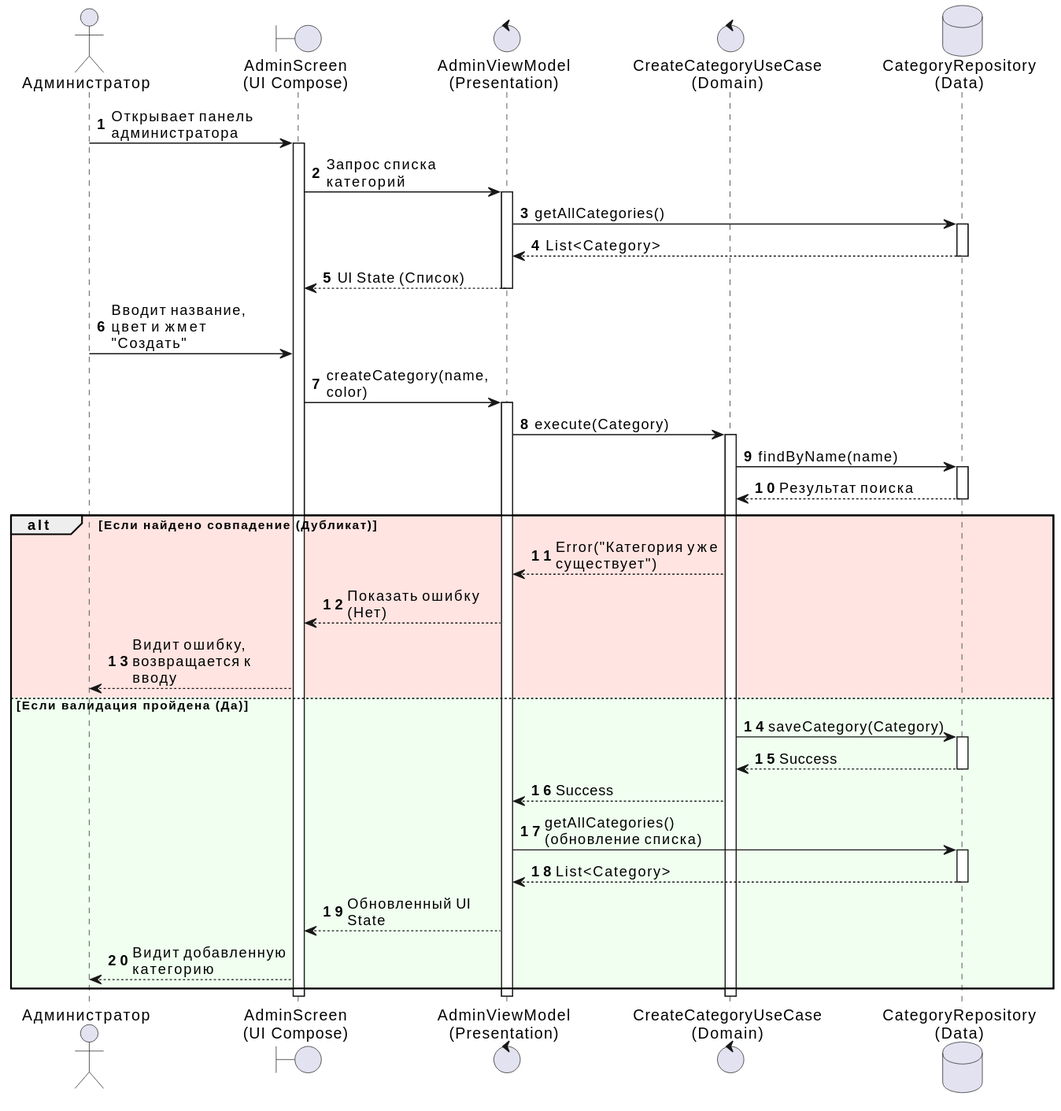
This is docs/seq_addcategory.svg from da-fuu/IU7_7sem_Web, a PlantUML export, as it was before one commit.
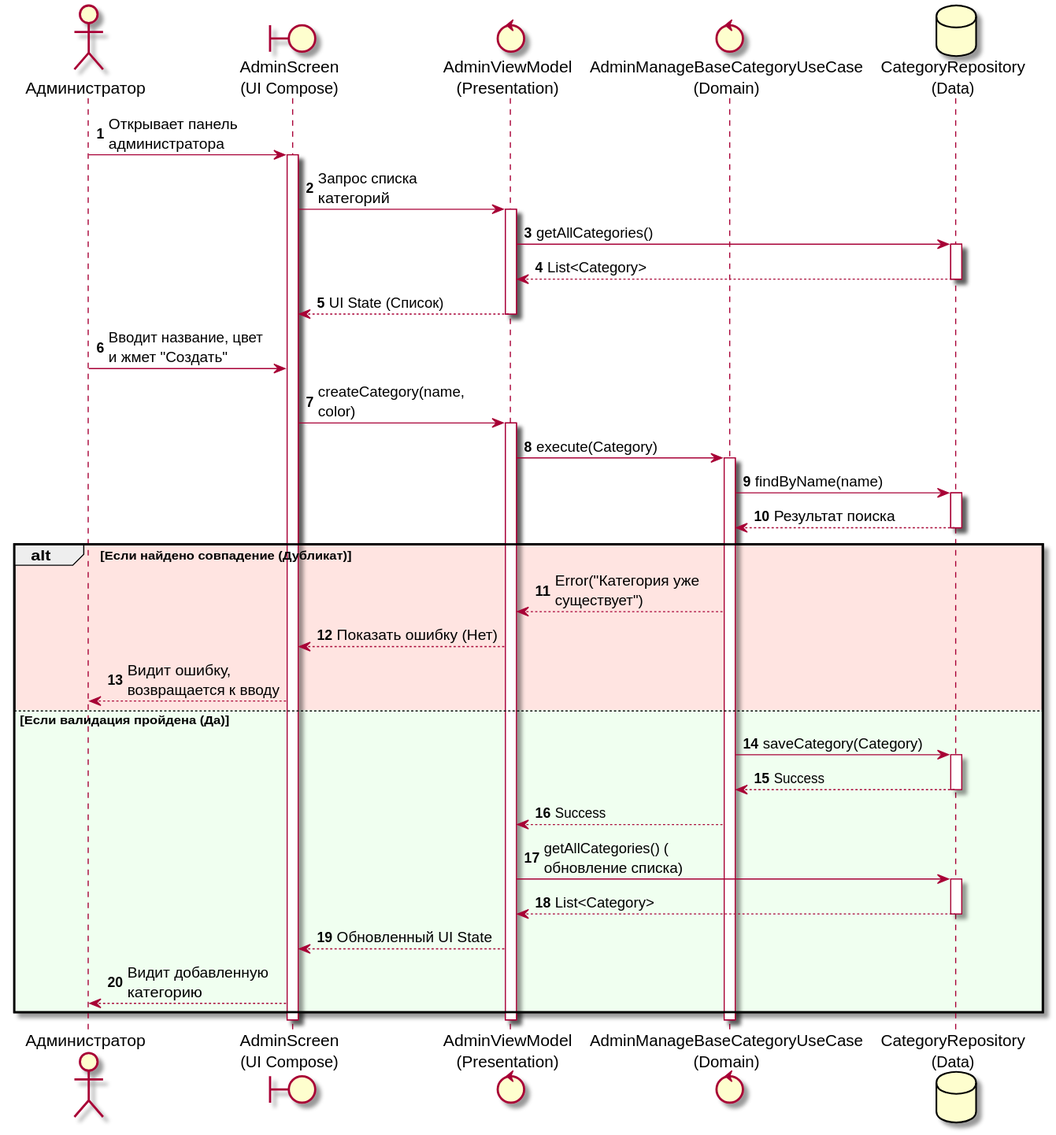
Later version of the same file.

Change to the diagram source:
```diff
@@ -6,7 +6,7 @@
 actor "Администратор" as admin
 boundary "AdminScreen\n(UI Compose)" as ui
 control "AdminViewModel\n(Presentation)" as vm
-control "CreateCategoryUseCase\n(Domain)" as uc
+control "AdminManageBaseCategoryUseCase\n(Domain)" as uc
 database "CategoryRepository\n(Data)" as repo
 
 admin -> ui : Открывает панель администратора
```
